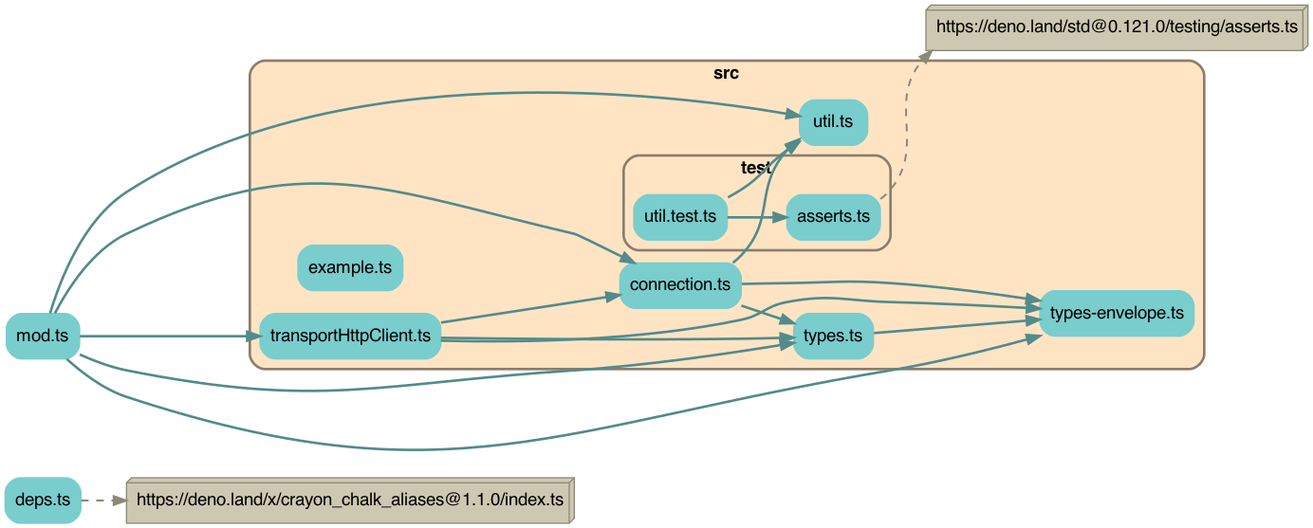
The Graphviz diagram depchart/depchart-full.png in earthstar-project/earthstar-streaming-rpc, before a commit. Its source is kept beside it as depchart/depchart-full.dot.
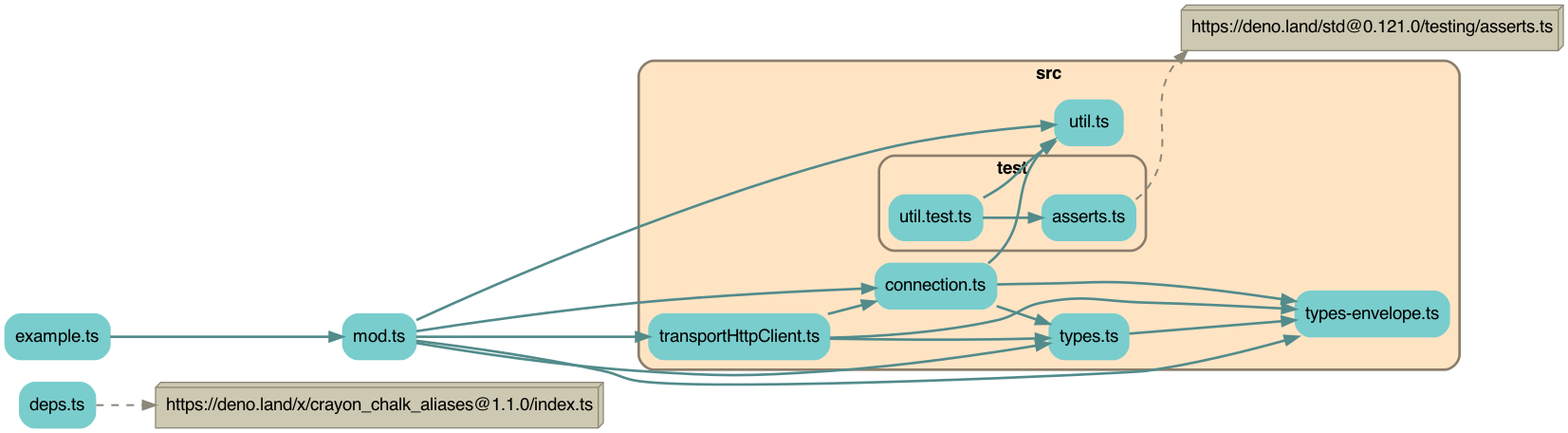
The same file after the commit.

Commit message:
move example.ts out of src/; update depchart

Change to the diagram source:
```diff
@@ -7,9 +7,10 @@
     edge [fontname = "helvetica"];
 
         "deps.ts" [label="deps.ts", shape=rectangle; style="rounded,filled"; color=darkslategray3];
+        "example.ts" [label="example.ts", shape=rectangle; style="rounded,filled"; color=darkslategray3];
         "mod.ts" [label="mod.ts", shape=rectangle; style="rounded,filled"; color=darkslategray3];
 
-        subgraph cluster476466255 {
+        subgraph cluster9990352566 {
             label=<<b>src</b>>;
             style="rounded,filled";
             fillcolor=bisque;
@@ -17,13 +18,12 @@
             penwidth=2;
 
             "src/connection.ts" [label="connection.ts", shape=rectangle; style="rounded,filled"; color=darkslategray3];
-            "src/example.ts" [label="example.ts", shape=rectangle; style="rounded,filled"; color=darkslategray3];
             "src/transportHttpClient.ts" [label="transportHttpClient.ts", shape=rectangle; style="rounded,filled"; color=darkslategray3];
             "src/types-envelope.ts" [label="types-envelope.ts", shape=rectangle; style="rounded,filled"; color=darkslategray3];
             "src/types.ts" [label="types.ts", shape=rectangle; style="rounded,filled"; color=darkslategray3];
             "src/util.ts" [label="util.ts", shape=rectangle; style="rounded,filled"; color=darkslategray3];
 
-            subgraph cluster4646860805 {
+            subgraph cluster1270671271 {
                 label=<<b>test</b>>;
                 style="rounded,filled";
                 fillcolor=bisque;
@@ -38,6 +38,7 @@
         "https://deno.land/x/crayon_chalk_aliases@1.1.0/index.ts" [shape=box3d, style=filled, fillcolor=cornsilk3, color=cornsilk4];
         "https://deno.land/std@0.121.0/testing/asserts.ts" [shape=box3d, style=filled, fillcolor=cornsilk3, color=cornsilk4];
 
+    "example.ts" -> "mod.ts" [penwidth=2; color=darkslategray4];
     "mod.ts" -> "src/types-envelope.ts" [penwidth=2; color=darkslategray4];
     "mod.ts" -> "src/types.ts" [penwidth=2; color=darkslategray4];
     "mod.ts" -> "src/util.ts" [penwidth=2; color=darkslategray4];
```
